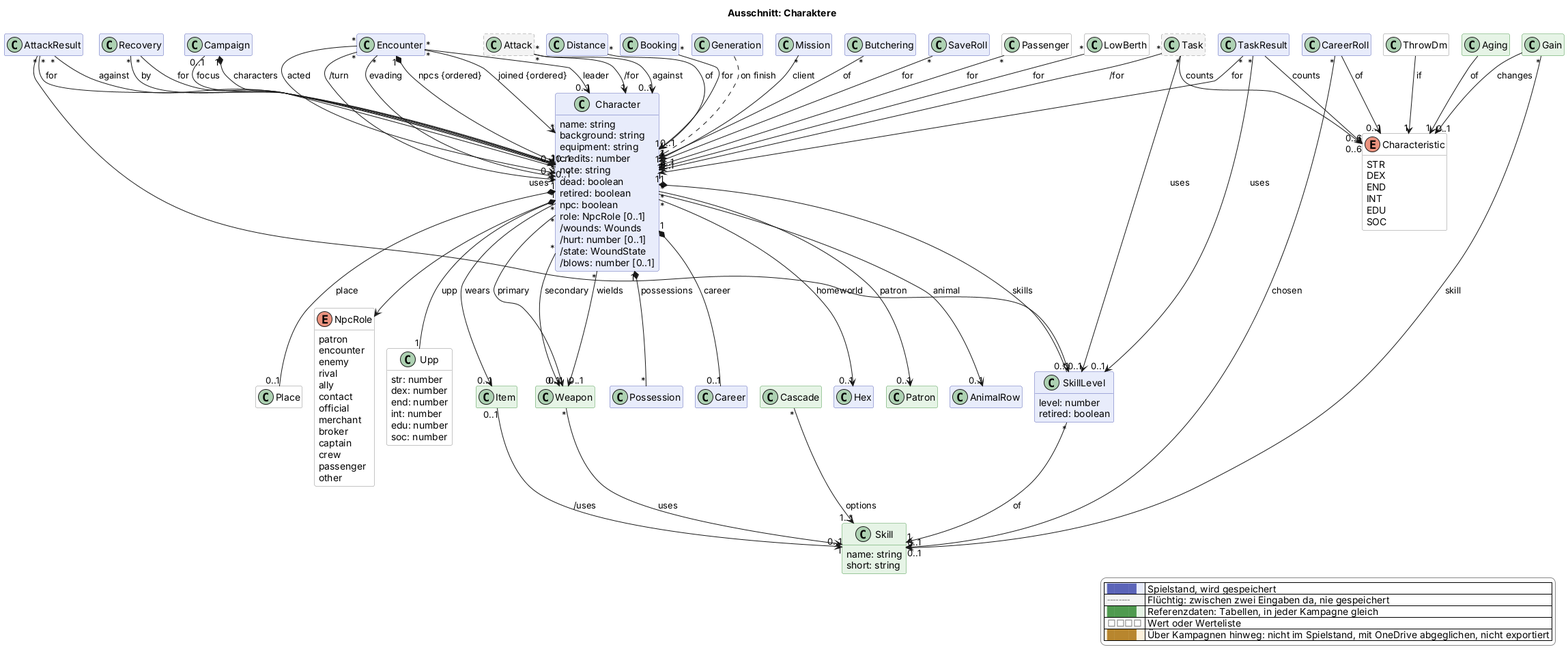
Earlier version of the PlantUML export docs/views/charakter.png (scuzzar/SRE). The source it was exported from:
```plantuml
@startuml
!if %not(%variable_exists("$change"))
!$change = "*"
!endif
!function $marked($c)
!return $change == "*" || $change == $c
!endfunction
!function $new($c, $t)
!if $marked($c)
!return "<color:#d0021b><b>" + $t + "</b></color>"
!endif
!return $t
!endfunction
!procedure $gone($c, $t)
!if $marked($c)
<color:#d0021b><s>$t</s></color>
!endif
!endprocedure
!function $newClass($c)
!if $marked($c)
!return "#line:d0021b;line.bold"
!endif
!return ""
!endfunction
!function $newArrow($c)
!if $marked($c)
!return "[#d0021b,bold]"
!endif
!return ""
!endfunction
!function $goneArrow($c)
!if $marked($c)
!return "[#d0021b,dashed]"
!endif
!return ""
!endfunction
!pragma layout smetana
title Ausschnitt: Charaktere
hide empty members
hide methods
skinparam classAttributeIconSize 0
skinparam shadowing false
skinparam packageStyle rectangle
skinparam class {
  BackgroundColor #e8ecfb
  BorderColor #5b64b8
  BackgroundColor<<transient>> #f4f4f4
  BorderColor<<transient>> #8a8a8a
  BackgroundColor<<reference>> #e6f4e6
  BorderColor<<reference>> #4f9a4f
  BackgroundColor<<value>> #ffffff
  BorderColor<<value>> #8a8a8a
  BackgroundColor<<browser>> #fdf1dc
  BorderColor<<browser>> #b8862e
}
skinparam legendBackgroundColor #ffffff
skinparam legendBorderColor #8a8a8a
<style>
classDiagram {
  class {
    .transient {
      LineStyle 5-3
    }
  }
}
</style>
hide <<transient>> stereotype
hide <<reference>> stereotype
hide <<value>> stereotype
hide <<browser>> stereotype

  class Campaign $kampagne
  class Booking $shop
  class Character $charakter {
    name: string
    background: string
    equipment: string
    credits: number
    note: string
    dead: boolean
    retired: boolean
    npc: boolean
    role: NpcRole [0..1]
    /wounds: Wounds
    /hurt: number [0..1]
    /state: WoundState
    /blows: number [0..1]
  }
  enum NpcRole <<value>> $charakter {
    patron
    encounter
    enemy
    rival
    ally
    contact
    official
    merchant
    broker
    captain
    crew
    passenger
    other
  }
  class Upp <<value>> $charakter {
    str: number
    dex: number
    end: number
    int: number
    edu: number
    soc: number
  }
  class SkillLevel $charakter {
    level: number
    retired: boolean
  }
  class Possession $shop


  class Generation $erschaffung
  class Career $erschaffung
  class CareerRoll $erschaffung

  class Hex $sektor

  class Mission $mission

  class Butchering $begegnung
  class SaveRoll $begegnung

  class Passenger <<value>> $reise
  class LowBerth <<value>> $reise

  class Task <<transient>> $probe
  class TaskResult $probe
  class Attack <<transient>> $kampf
  class AttackResult $kampf
  class Recovery $kampf
  class Encounter $begegnung
  class Distance $begegnung
  class Patron <<reference>> $begegnung
  class AnimalRow $begegnung

  class Skill <<reference>> $charakter {
    name: string
    short: string
  }
  class ThrowDm <<value>> $erschaffung
  class Gain <<reference>> $erschaffung
  class Item <<reference>> $shop
  class Weapon <<reference>> $kampf
  class Cascade <<reference>> $erschaffung
  class Place <<value>> $oberflaeche
  class Aging <<reference>> $erschaffung
  enum Characteristic <<value>> $charakter {
    STR
    DEX
    END
    INT
    EDU
    SOC
  }

Campaign "1" *-- "*" Character : characters
Campaign "0..1" --> "0..1" Character : focus
Booking "*" --> "0..1" Character : for


Passenger "*" --> "1" Character : for
LowBerth "*" --> "0..1" Character : for

Generation ..> Character : on finish
Character "1" *-- "0..1" Career : career
Character "*" --> "0..1" Hex : homeworld
Character "1" *-- "0..1" Place : place
Character "*" --> "0..1" Patron : patron
Mission "*" --> "0..1" Character : client
Character --> NpcRole
CareerRoll --> "0..1" Characteristic : of
CareerRoll "*" --> "0..1" Skill : chosen

ThrowDm --> "1" Characteristic : if
Gain "*" --> "0..1" Skill : skill
Gain --> "0..1" Characteristic : changes
Cascade "*" --> "1..*" Skill : options
Aging --> "1" Characteristic : of


Character "1" *-- "1" Upp : upp
Character "1" *-- "*" SkillLevel : skills
SkillLevel "*" --> "1" Skill : of
Character "1" *-- "*" Possession : possessions
Item "0..1" --> "0..1" Skill : /uses
Character "*" --> "0..1" Weapon : wields
Character "*" --> "0..1" Weapon : primary
Character "*" --> "0..1" Weapon : secondary

Weapon "*" --> "1" Skill : uses

Recovery "*" --> "1" Character : for
Recovery "*" --> "0..1" Character : by
Butchering "*" --> "1" Character : of
TaskResult "*" --> "1" Character : for
TaskResult "*" --> "0..1" SkillLevel : uses
TaskResult --> "0..6" Characteristic : counts

Task "*" --> "1" Character : /for
Task "*" --> "0..1" SkillLevel : uses
Task --> "0..6" Characteristic : counts

Attack "*" --> "1" Character : /for
Attack "*" --> "0..1" Character : against
AttackResult "*" --> "1" Character : for
AttackResult "*" --> "0..1" Character : against
AttackResult "*" --> "0..1" SkillLevel : uses

SaveRoll "*" --> "1" Character : for
Character "*" --> "0..1" AnimalRow : animal
Encounter "1" *-- "*" Character : npcs {ordered}
Encounter "*" --> "*" Character : joined {ordered}
Encounter "*" --> "0..1" Character : leader
Encounter "*" --> "*" Character : acted
Encounter "*" --> "0..1" Character : /turn
Distance "*" --> "1" Character : of
Encounter "*" --> "*" Character : evading
Character "*" --> "0..1" Item : wears



legend right
  |<#e8ecfb> <color:#5b64b8>████</color> | Spielstand, wird gespeichert |
  |<#f4f4f4> <color:#8a8a8a>╌╌╌╌</color> | Flüchtig: zwischen zwei Eingaben da, nie gespeichert |
  |<#e6f4e6> <color:#4f9a4f>████</color> | Referenzdaten: Tabellen, in jeder Kampagne gleich |
  |<#ffffff> <color:#8a8a8a>□□□□</color> | Wert oder Werteliste |
  |<#fdf1dc> <color:#b8862e>████</color> | Über Kampagnen hinweg: nicht im Spielstand, mit OneDrive abgeglichen, nicht exportiert |
endlegend
@enduml
```
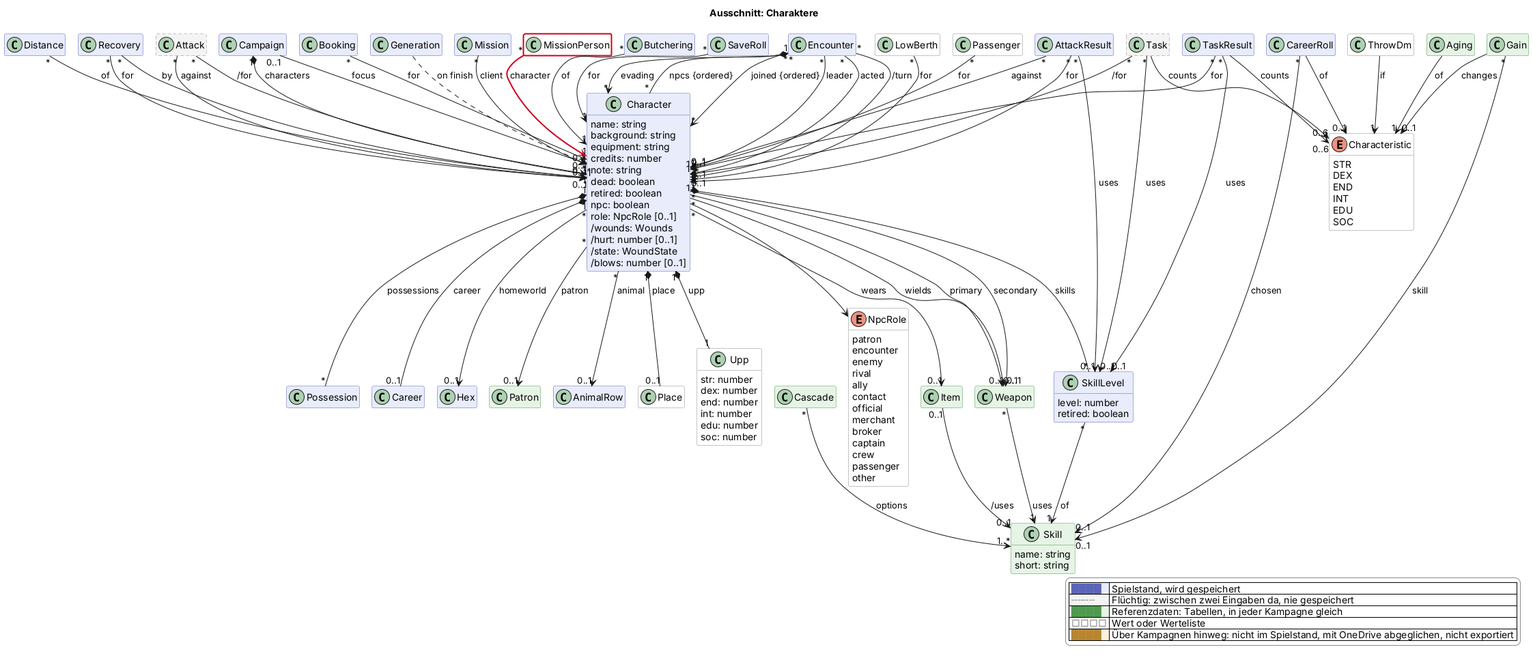
Above is the later version.

Commit message:
Domänenmodell: Beteiligte einer Mission (wartet auf Freigabe)

Diff of the diagram source:
```diff
@@ -123,6 +123,7 @@
   class Hex $sektor
 
   class Mission $mission
+  class MissionPerson <<value>> $mission $newClass("2026-11-18b")
 
   class Butchering $begegnung
   class SaveRoll $begegnung
@@ -174,6 +175,7 @@
 Character "1" *-- "0..1" Place : place
 Character "*" --> "0..1" Patron : patron
 Mission "*" --> "0..1" Character : client
+MissionPerson "*" -$newArrow("2026-11-18b")-> "1" Character : character
 Character --> NpcRole
 CareerRoll --> "0..1" Characteristic : of
 CareerRoll "*" --> "0..1" Skill : chosen
```
